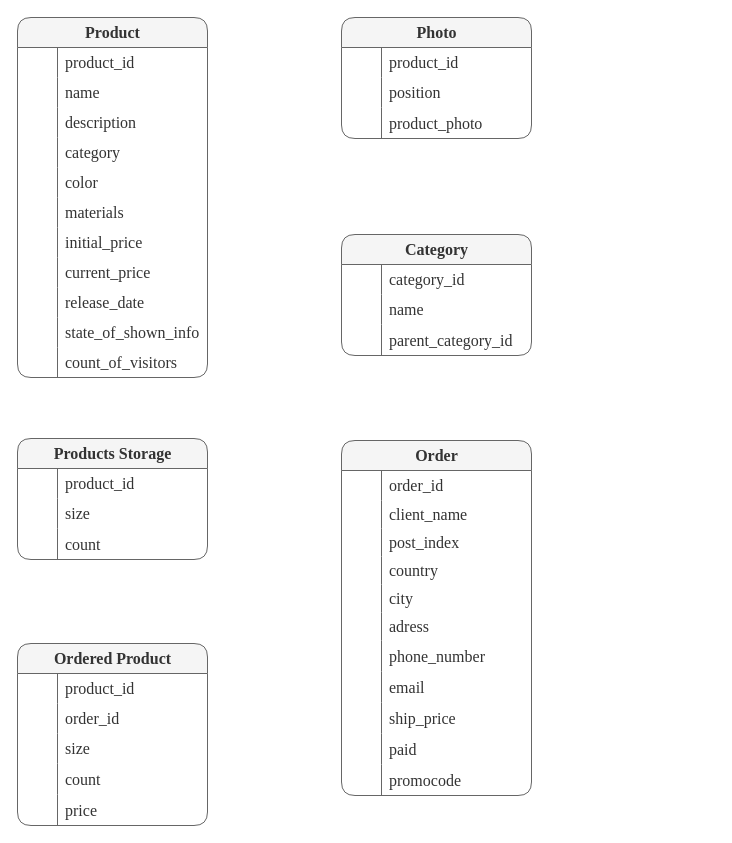
Earlier version of the draw.io diagram docs/ER-diagramm.drawio (sevolchenko/online-store). Source tidied: cells renumbered, new cells numbered last; positions are measured from the earlier drawing's top-left corner, leaving out a move shared by most shapes. Both pictures are drawn from the tidied source at 100%, with x=0, y=0 at pixel (17, 17).
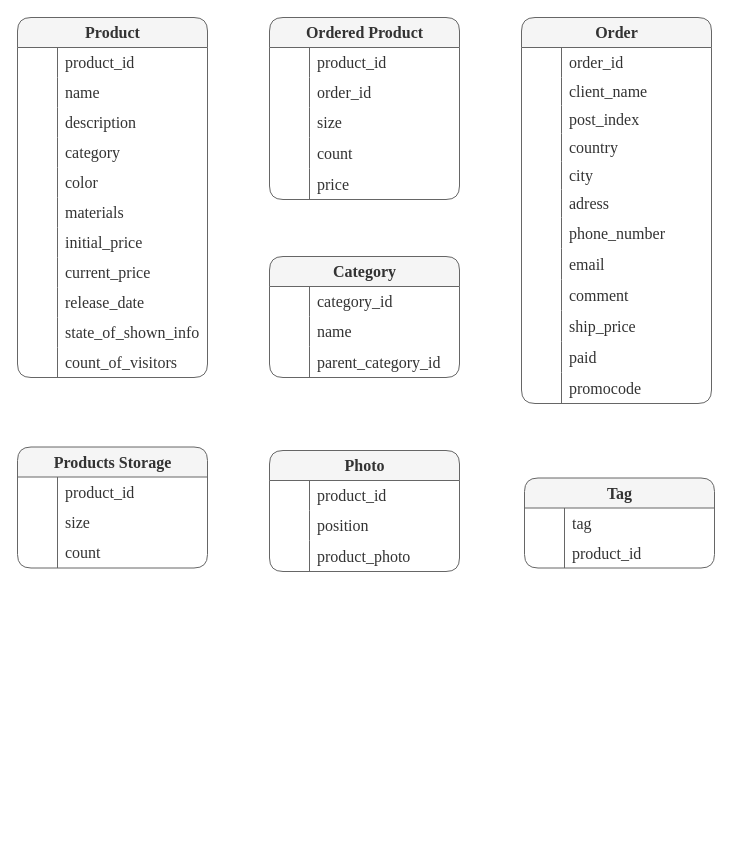
The same diagram, later.

What changed in the source:
```diff
@@
     <mxCell id="36" value="Photo" style="shape=table;startSize=30;childLayout=tableLayout;rowLines=0;fontStyle=1;rounded=1;sketch=0;fontFamily=Times New Roman;fontSize=16;fontColor=#333333;fillColor=#f5f5f5;gradientColor=none;html=1;strokeColor=#666666;" parent="1" vertex="1">
-      <mxGeometry x="324" width="190" height="121" as="geometry" />
+      <mxGeometry x="252" y="433" width="190" height="121" as="geometry" />
     </mxCell>
@@
     <mxCell id="46" value="Category" style="shape=table;startSize=30;childLayout=tableLayout;rowLines=0;fontStyle=1;rounded=1;sketch=0;fontFamily=Times New Roman;fontSize=16;fontColor=#333333;fillColor=#f5f5f5;gradientColor=none;html=1;strokeColor=#666666;" parent="1" vertex="1">
-      <mxGeometry x="324" y="217" width="190" height="121" as="geometry" />
+      <mxGeometry x="252" y="239" width="190" height="121" as="geometry" />
     </mxCell>
@@
     <mxCell id="56" value="Products Storage" style="shape=table;startSize=30;childLayout=tableLayout;rowLines=0;fontStyle=1;rounded=1;sketch=0;fontFamily=Times New Roman;fontSize=16;fontColor=#333333;fillColor=#f5f5f5;gradientColor=none;html=1;strokeColor=#666666;" parent="1" vertex="1">
-      <mxGeometry y="421" width="190" height="121" as="geometry" />
+      <mxGeometry y="429.5" width="190" height="121" as="geometry" />
     </mxCell>
@@
     <mxCell id="66" value="Order" style="shape=table;startSize=30;childLayout=tableLayout;rowLines=0;fontStyle=1;rounded=1;sketch=0;fontFamily=Times New Roman;fontSize=16;fontColor=#333333;fillColor=#f5f5f5;gradientColor=none;html=1;strokeColor=#666666;" parent="1" vertex="1">
-      <mxGeometry x="324" y="423" width="190" height="355" as="geometry" />
+      <mxGeometry x="504" width="190" height="386" as="geometry" />
     </mxCell>
@@
+    <mxCell id="116" style="shape=tableRow;horizontal=0;startSize=0;swimlaneHead=0;swimlaneBody=0;top=0;left=0;bottom=0;right=0;fillColor=none;rounded=0;sketch=0;fontFamily=Times New Roman;fontSize=16;fontColor=#333333;html=1;" parent="66" vertex="1">
+      <mxGeometry y="262" width="190" height="31" as="geometry" />
+    </mxCell>
+    <mxCell id="117" style="shape=partialRectangle;html=1;whiteSpace=wrap;fillColor=none;top=0;left=0;bottom=0;right=0;overflow=hidden;rounded=0;sketch=0;fontFamily=Times New Roman;fontSize=16;fontColor=#333333;startSize=30;" parent="116" vertex="1">
+      <mxGeometry width="40" height="31" as="geometry" />
+    </mxCell>
+    <mxCell id="118" value="comment" style="shape=partialRectangle;html=1;whiteSpace=wrap;fillColor=none;top=0;left=0;bottom=0;right=0;align=left;spacingLeft=6;overflow=hidden;rounded=0;sketch=0;fontFamily=Times New Roman;fontSize=16;fontColor=#333333;startSize=30;" parent="116" vertex="1">
+      <mxGeometry x="40" width="150" height="31" as="geometry" />
+    </mxCell>
     <mxCell id="91" style="shape=tableRow;horizontal=0;startSize=0;swimlaneHead=0;swimlaneBody=0;top=0;left=0;bottom=0;right=0;fillColor=none;rounded=0;sketch=0;fontFamily=Times New Roman;fontSize=16;fontColor=#333333;html=1;" parent="66" vertex="1">
-      <mxGeometry y="262" width="190" height="31" as="geometry" />
+      <mxGeometry y="293" width="190" height="31" as="geometry" />
     </mxCell>
@@
     <mxCell id="94" style="shape=tableRow;horizontal=0;startSize=0;swimlaneHead=0;swimlaneBody=0;top=0;left=0;bottom=0;right=0;fillColor=none;rounded=0;sketch=0;fontFamily=Times New Roman;fontSize=16;fontColor=#333333;html=1;" parent="66" vertex="1">
-      <mxGeometry y="293" width="190" height="31" as="geometry" />
+      <mxGeometry y="324" width="190" height="31" as="geometry" />
     </mxCell>
@@
     <mxCell id="97" style="shape=tableRow;horizontal=0;startSize=0;swimlaneHead=0;swimlaneBody=0;top=0;left=0;bottom=0;right=0;fillColor=none;rounded=0;sketch=0;fontFamily=Times New Roman;fontSize=16;fontColor=#333333;html=1;" parent="66" vertex="1">
-      <mxGeometry y="324" width="190" height="31" as="geometry" />
+      <mxGeometry y="355" width="190" height="31" as="geometry" />
     </mxCell>
@@
     <mxCell id="100" value="Ordered Product" style="shape=table;startSize=30;childLayout=tableLayout;rowLines=0;fontStyle=1;rounded=1;sketch=0;fontFamily=Times New Roman;fontSize=16;fontColor=#333333;fillColor=#f5f5f5;gradientColor=none;html=1;strokeColor=#666666;" parent="1" vertex="1">
-      <mxGeometry y="626" width="190" height="182" as="geometry" />
+      <mxGeometry x="252" width="190" height="182" as="geometry" />
     </mxCell>
@@
+    <mxCell id="119" value="Tag" style="shape=table;startSize=30;childLayout=tableLayout;rowLines=0;fontStyle=1;rounded=1;sketch=0;fontFamily=Times New Roman;fontSize=16;fontColor=#333333;fillColor=#f5f5f5;gradientColor=none;html=1;strokeColor=#666666;" parent="1" vertex="1">
+      <mxGeometry x="507" y="460.5" width="190" height="90" as="geometry" />
+    </mxCell>
+    <mxCell id="120" style="shape=tableRow;horizontal=0;startSize=0;swimlaneHead=0;swimlaneBody=0;top=0;left=0;bottom=0;right=0;fillColor=none;rounded=0;sketch=0;fontFamily=Times New Roman;fontSize=16;fontColor=#333333;html=1;" parent="119" vertex="1">
+      <mxGeometry y="30" width="190" height="30" as="geometry" />
+    </mxCell>
+    <mxCell id="121" style="shape=partialRectangle;html=1;whiteSpace=wrap;fillColor=none;top=0;left=0;bottom=0;right=0;overflow=hidden;rounded=0;sketch=0;fontFamily=Times New Roman;fontSize=16;fontColor=#333333;startSize=30;" parent="120" vertex="1">
+      <mxGeometry width="40" height="30" as="geometry" />
+    </mxCell>
+    <mxCell id="122" value="tag" style="shape=partialRectangle;html=1;whiteSpace=wrap;fillColor=none;top=0;left=0;bottom=0;right=0;align=left;spacingLeft=6;overflow=hidden;rounded=0;sketch=0;fontFamily=Times New Roman;fontSize=16;fontColor=#333333;startSize=30;" parent="120" vertex="1">
+      <mxGeometry x="40" width="150" height="30" as="geometry" />
+    </mxCell>
+    <mxCell id="123" style="shape=tableRow;horizontal=0;startSize=0;swimlaneHead=0;swimlaneBody=0;top=0;left=0;bottom=0;right=0;fillColor=none;rounded=0;sketch=0;fontFamily=Times New Roman;fontSize=16;fontColor=#333333;html=1;" parent="119" vertex="1">
+      <mxGeometry y="60" width="190" height="30" as="geometry" />
+    </mxCell>
+    <mxCell id="124" style="shape=partialRectangle;html=1;whiteSpace=wrap;fillColor=none;top=0;left=0;bottom=0;right=0;overflow=hidden;rounded=0;sketch=0;fontFamily=Times New Roman;fontSize=16;fontColor=#333333;startSize=30;" parent="123" vertex="1">
+      <mxGeometry width="40" height="30" as="geometry" />
+    </mxCell>
+    <mxCell id="125" value="product_id" style="shape=partialRectangle;html=1;whiteSpace=wrap;fillColor=none;top=0;left=0;bottom=0;right=0;align=left;spacingLeft=6;overflow=hidden;rounded=0;sketch=0;fontFamily=Times New Roman;fontSize=16;fontColor=#333333;startSize=30;" parent="123" vertex="1">
+      <mxGeometry x="40" width="150" height="30" as="geometry" />
+    </mxCell>
```
